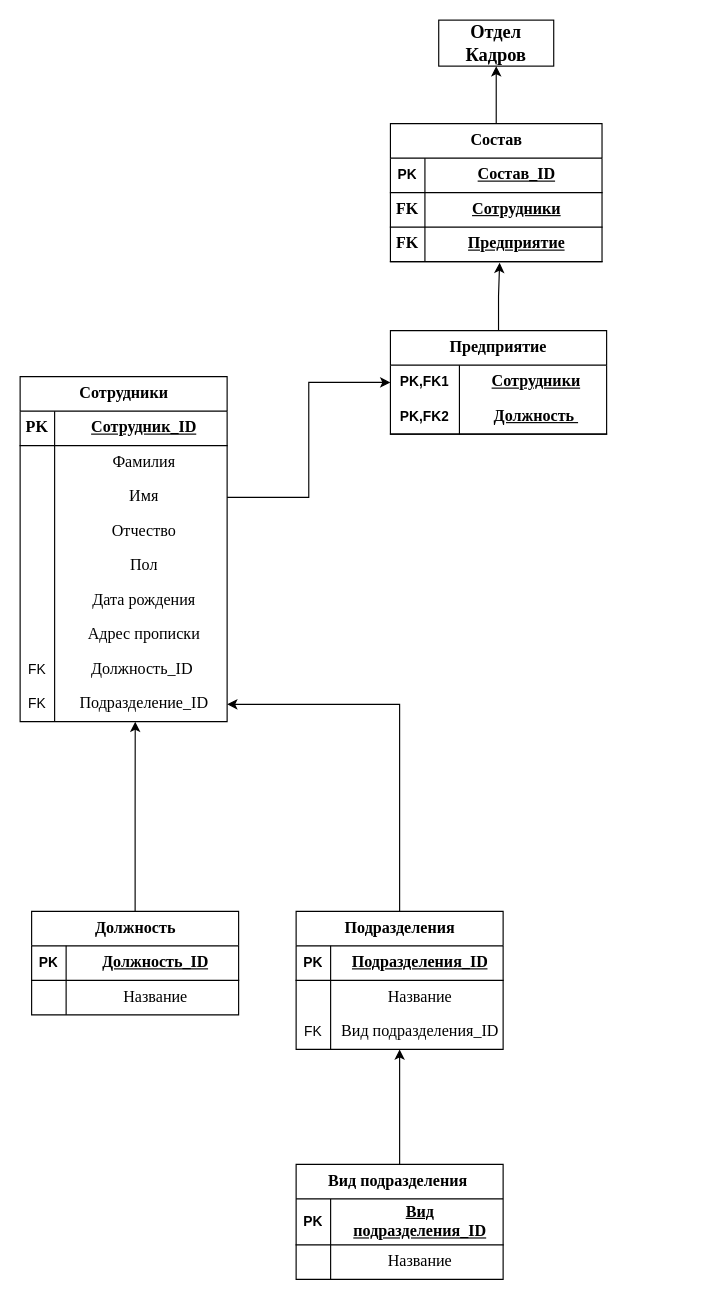
This is YP-09-Server-Side-Programming.drawio from LunaGameX/YP-09-Server-Side-Programming, a draw.io file, before an edit. Source tidied: cells renumbered, new cells numbered last; positions are measured from the earlier drawing's top-left corner, leaving out a move shared by most shapes. Both pictures are drawn from the tidied source at 115%, with x=0, y=0 at pixel (20, 20).
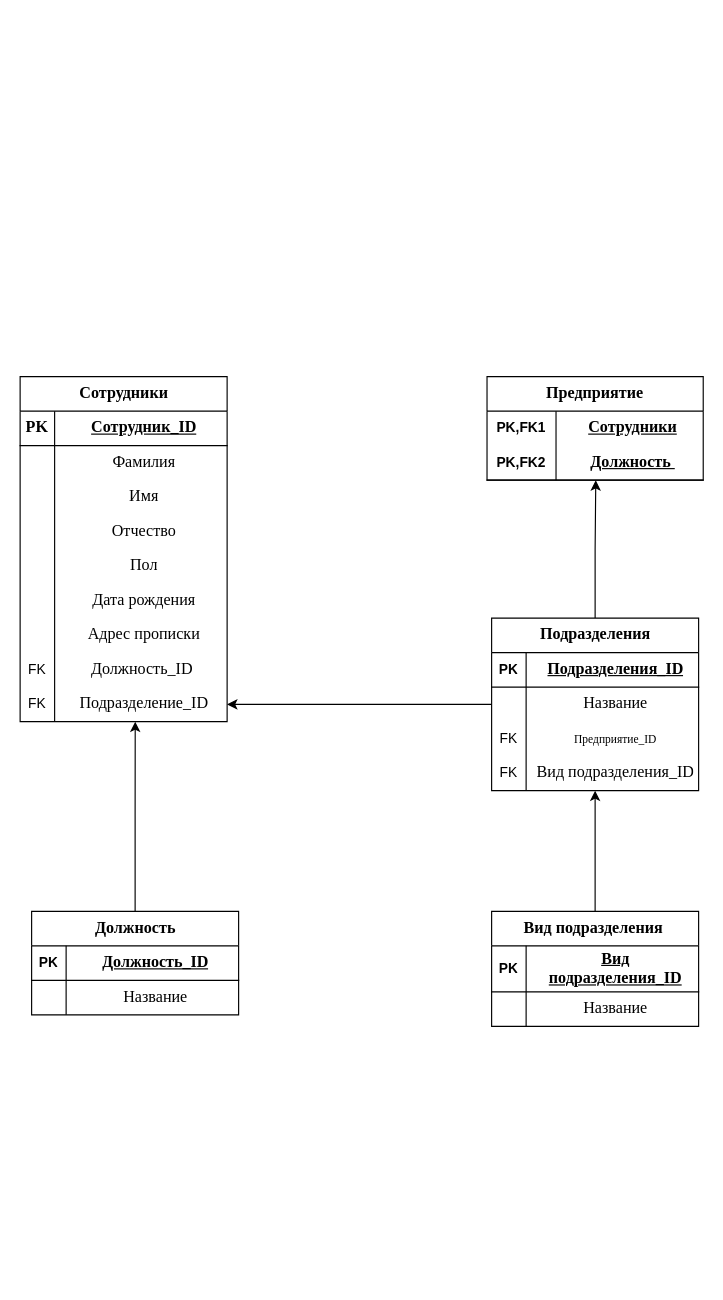
Above is the later version.

Commit message:
Update data-base YP-09-Server-Side-Programming.drawio

Unchanged cells that the change refers to:
```xml
<mxCell id="9" style="shape=tableRow;horizontal=0;startSize=0;swimlaneHead=0;swimlaneBody=0;fillColor=none;points=[[0,0.5],[1,0.5]];portConstraint=eastwest;top=0;left=0;right=0;bottom=0;" parent="2" vertex="1">
  <mxGeometry y="90" width="180" height="30" as="geometry" />
</mxCell>
<mxCell id="70" style="shape=tableRow;horizontal=0;startSize=0;swimlaneHead=0;swimlaneBody=0;fillColor=none;points=[[0,0.5],[1,0.5]];portConstraint=eastwest;top=0;left=0;right=0;bottom=0;html=1;" parent="69" vertex="1">
  <mxGeometry y="30" width="188" height="30" as="geometry" />
</mxCell>
<mxCell id="73" style="shape=tableRow;horizontal=0;startSize=0;swimlaneHead=0;swimlaneBody=0;fillColor=none;points=[[0,0.5],[1,0.5]];portConstraint=eastwest;top=0;left=0;right=0;bottom=1;html=1;" parent="69" vertex="1">
  <mxGeometry y="60" width="188" height="30" as="geometry" />
</mxCell>
```

What changed in the source:
```diff
@@
+    <mxCell id="78" style="edgeStyle=orthogonalEdgeStyle;rounded=0;jettySize=auto;html=1;entryX=0.503;entryY=1.006;entryDx=0;entryDy=0;entryPerimeter=0;" parent="1" edge="1" source="31" target="73">
+      <mxGeometry relative="1" as="geometry" />
+    </mxCell>
     <mxCell id="31" value="&lt;font style=&quot;font-size: 14px;&quot; face=&quot;Times New Roman&quot;&gt;Подразделения&lt;/font&gt;" style="shape=table;startSize=30;childLayout=tableLayout;rowLines=0;fontStyle=1;align=center;html=1;" parent="1" vertex="1">
-      <mxGeometry x="240" y="775" width="180" height="120" as="geometry" />
+      <mxGeometry x="410" y="520" width="180" height="150" as="geometry" />
     </mxCell>
@@
+    <mxCell id="79" style="shape=tableRow;horizontal=0;startSize=0;swimlaneHead=0;swimlaneBody=0;fillColor=none;top=0;left=0;right=0;bottom=0;" parent="31" vertex="1">
+      <mxGeometry y="90" width="180" height="30" as="geometry" />
+    </mxCell>
+    <mxCell id="80" value="FK" style="shape=partialRectangle;fillColor=none;top=0;left=0;bottom=0;right=0;overflow=hidden;whiteSpace=wrap;html=1;" parent="79" vertex="1">
+      <mxGeometry width="30" height="30" as="geometry" />
+    </mxCell>
+    <mxCell id="81" value="&lt;font size=&quot;1&quot; face=&quot;Times New Roman&quot;&gt;Предприятие_ID&lt;/font&gt;" style="shape=partialRectangle;fillColor=none;top=0;left=0;bottom=0;right=0;align=center;spacingLeft=6;overflow=hidden;whiteSpace=wrap;html=1;" parent="79" vertex="1">
+      <mxGeometry x="30" width="150" height="30" as="geometry" />
+    </mxCell>
     <mxCell id="38" style="shape=tableRow;horizontal=0;startSize=0;swimlaneHead=0;swimlaneBody=0;fillColor=none;points=[[0,0.5],[1,0.5]];portConstraint=eastwest;top=0;left=0;right=0;bottom=0;" parent="31" vertex="1">
-      <mxGeometry y="90" width="180" height="30" as="geometry" />
+      <mxGeometry y="120" width="180" height="30" as="geometry" />
     </mxCell>
@@
     <mxCell id="42" value="&lt;font style=&quot;font-size: 14px;&quot; face=&quot;Times New Roman&quot;&gt;Вид подразделения&lt;span style=&quot;white-space: pre;&quot;&gt; &lt;/span&gt;&lt;/font&gt;" style="shape=table;startSize=30;childLayout=tableLayout;rowLines=0;fontStyle=1;align=center;html=1;" parent="1" vertex="1">
-      <mxGeometry x="240" y="995" width="180" height="100" as="geometry" />
+      <mxGeometry x="410" y="775" width="180" height="100" as="geometry" />
     </mxCell>
@@
-    <mxCell id="57" style="edgeStyle=orthogonalEdgeStyle;rounded=0;jettySize=auto;html=1;entryX=0.5;entryY=1;entryDx=0;entryDy=0;" parent="1" edge="1" source="58" target="77">
-      <mxGeometry relative="1" as="geometry" />
-    </mxCell>
-    <mxCell id="58" value="&lt;font style=&quot;font-size: 14px;&quot; face=&quot;Times New Roman&quot;&gt;Состав&lt;/font&gt;" style="shape=table;startSize=30;childLayout=tableLayout;rowLines=0;fontStyle=1;align=center;html=1;" parent="1" vertex="1">
-      <mxGeometry x="322" y="90" width="184" height="120" as="geometry" />
-    </mxCell>
-    <mxCell id="59" style="shape=tableRow;horizontal=0;startSize=0;swimlaneHead=0;swimlaneBody=0;fillColor=none;top=0;left=0;right=0;bottom=1;" parent="58" vertex="1">
-      <mxGeometry y="30" width="184" height="30" as="geometry" />
-    </mxCell>
-    <mxCell id="60" value="PK" style="shape=partialRectangle;fillColor=none;top=0;left=0;bottom=0;right=0;fontStyle=1;overflow=hidden;whiteSpace=wrap;html=1;" parent="59" vertex="1">
-      <mxGeometry width="30" height="30" as="geometry" />
-    </mxCell>
-    <mxCell id="61" value="&lt;font style=&quot;font-size: 14px;&quot; face=&quot;Times New Roman&quot;&gt;Состав_ID&lt;/font&gt;" style="shape=partialRectangle;fillColor=none;top=0;left=0;bottom=0;right=0;align=center;spacingLeft=6;fontStyle=5;overflow=hidden;whiteSpace=wrap;html=1;" parent="59" vertex="1">
-      <mxGeometry x="30" width="154" height="30" as="geometry" />
-    </mxCell>
-    <mxCell id="62" style="shape=tableRow;horizontal=0;startSize=0;swimlaneHead=0;swimlaneBody=0;fillColor=none;top=0;left=0;right=0;bottom=1;" parent="58" vertex="1">
-      <mxGeometry y="60" width="184" height="30" as="geometry" />
-    </mxCell>
-    <mxCell id="63" value="&lt;font style=&quot;font-size: 14px;&quot; face=&quot;Times New Roman&quot;&gt;FK&lt;/font&gt;" style="shape=partialRectangle;fillColor=none;top=0;left=0;bottom=0;right=0;fontStyle=1;overflow=hidden;whiteSpace=wrap;html=1;" parent="62" vertex="1">
-      <mxGeometry width="30" height="30" as="geometry" />
-    </mxCell>
-    <mxCell id="64" value="&lt;font style=&quot;font-size: 14px;&quot; face=&quot;Times New Roman&quot;&gt;Сотрудники&lt;/font&gt;" style="shape=partialRectangle;fillColor=none;top=0;left=0;bottom=0;right=0;align=center;spacingLeft=6;fontStyle=5;overflow=hidden;whiteSpace=wrap;html=1;strokeColor=inherit;" parent="62" vertex="1">
-      <mxGeometry x="30" width="154" height="30" as="geometry" />
-    </mxCell>
-    <mxCell id="65" style="shape=tableRow;horizontal=0;startSize=0;swimlaneHead=0;swimlaneBody=0;fillColor=none;points=[[0,0.5],[1,0.5]];portConstraint=eastwest;top=0;left=0;right=0;bottom=1;" parent="58" vertex="1">
-      <mxGeometry y="90" width="184" height="30" as="geometry" />
-    </mxCell>
-    <mxCell id="66" value="&lt;font style=&quot;font-size: 14px;&quot; face=&quot;Times New Roman&quot;&gt;FK&lt;/font&gt;" style="shape=partialRectangle;fillColor=none;top=0;left=0;bottom=0;right=0;fontStyle=1;overflow=hidden;whiteSpace=wrap;html=1;" parent="65" vertex="1">
-      <mxGeometry width="30" height="30" as="geometry" />
-    </mxCell>
-    <mxCell id="67" value="&lt;font style=&quot;font-size: 14px;&quot; face=&quot;Times New Roman&quot;&gt;Предприятие&lt;/font&gt;" style="shape=partialRectangle;fillColor=none;top=0;left=0;bottom=0;right=0;align=center;spacingLeft=6;fontStyle=5;overflow=hidden;whiteSpace=wrap;html=1;strokeColor=inherit;" parent="65" vertex="1">
-      <mxGeometry x="30" width="154" height="30" as="geometry" />
-    </mxCell>
-    <mxCell id="68" style="edgeStyle=orthogonalEdgeStyle;rounded=0;jettySize=auto;html=1;entryX=0.516;entryY=1.033;entryDx=0;entryDy=0;entryPerimeter=0;" parent="1" edge="1" source="69" target="65">
-      <mxGeometry relative="1" as="geometry" />
-    </mxCell>
     <mxCell id="69" value="&lt;font face=&quot;Times New Roman&quot;&gt;&lt;span style=&quot;font-size: 14px;&quot;&gt;Предприятие&lt;/span&gt;&lt;/font&gt;" style="shape=table;startSize=30;childLayout=tableLayout;rowLines=0;fontStyle=1;align=center;html=1;whiteSpace=wrap;" parent="1" vertex="1">
-      <mxGeometry x="322" y="270" width="188" height="90" as="geometry" />
+      <mxGeometry x="406" y="310" width="188" height="90" as="geometry" />
     </mxCell>
@@
-    <mxCell id="76" style="edgeStyle=orthogonalEdgeStyle;rounded=0;jettySize=auto;html=1;entryX=0;entryY=0.5;entryDx=0;entryDy=0;" parent="1" edge="1" source="9" target="70">
-      <mxGeometry relative="1" as="geometry" />
-    </mxCell>
-    <mxCell id="77" value="&lt;font size=&quot;1&quot; face=&quot;Times New Roman&quot;&gt;&lt;b style=&quot;font-size: 16px;&quot;&gt;Отдел Кадров&lt;/b&gt;&lt;/font&gt;" style="whiteSpace=wrap;html=1;align=center;" parent="1" vertex="1">
-      <mxGeometry x="364" width="100" height="40" as="geometry" />
-    </mxCell>
```
